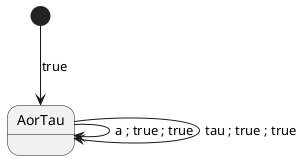
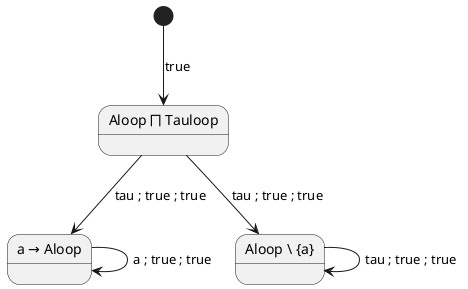
@startuml

- state "AorTau" as aortau0
+ state "Aloop ⨅ Tauloop" as aortau0
+ state "a → Aloop" as aortau1
+ state "Aloop \ {a}" as aortau2

[*] --> aortau0 : true
- aortau0 --> aortau0 : a ; true ; true
- aortau0 --> aortau0 : tau ; true ; true
+ aortau0 --> aortau1 : tau ; true ; true
+ aortau0 --> aortau2 : tau ; true ; true
+ aortau1 --> aortau1 : a ; true ; true
+ aortau2 --> aortau2 : tau ; true ; true

@enduml